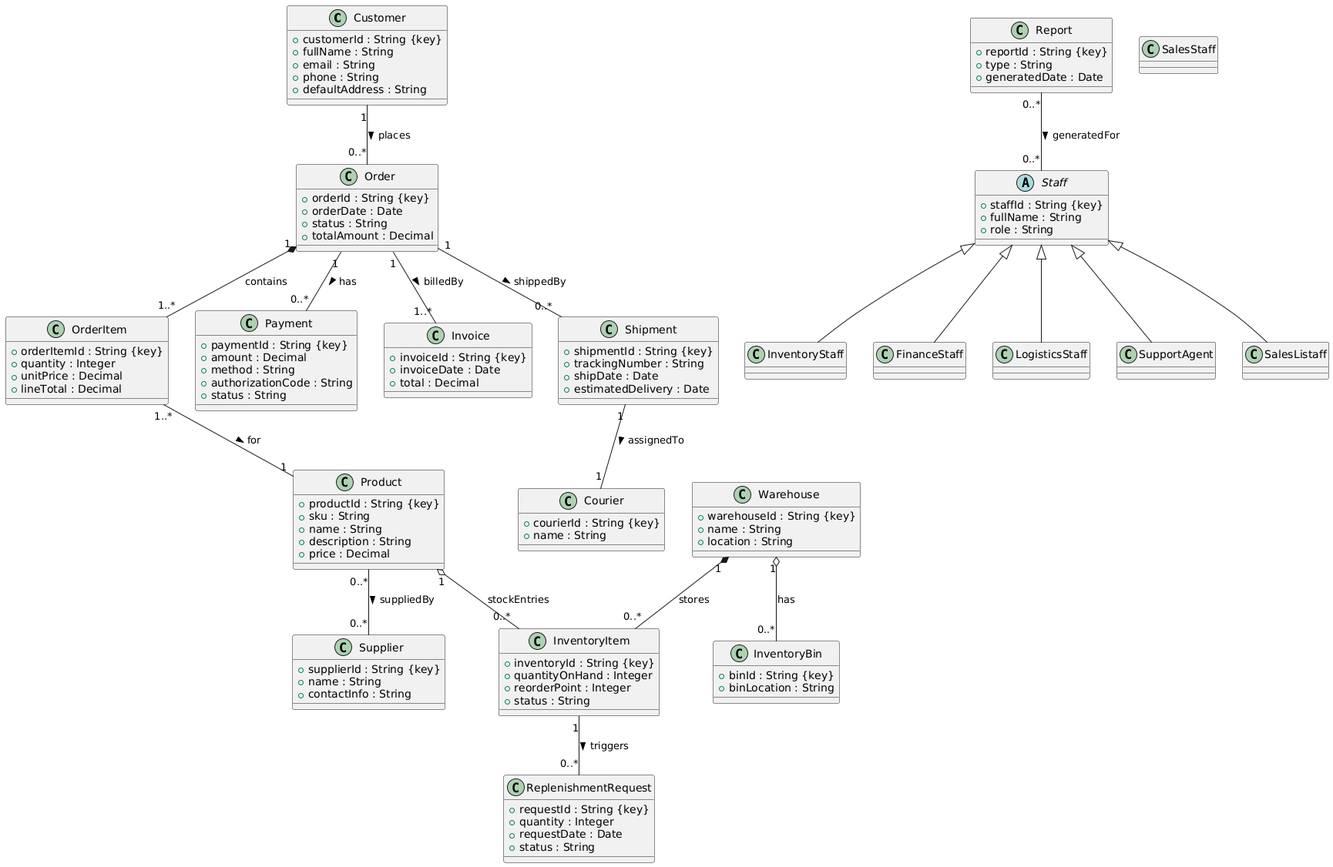
The PlantUML diagram Delivarable 3/domain model class diagram.png in Kiro-create/E-Commerce-Order-Management-System-E-OMS-, before a commit.
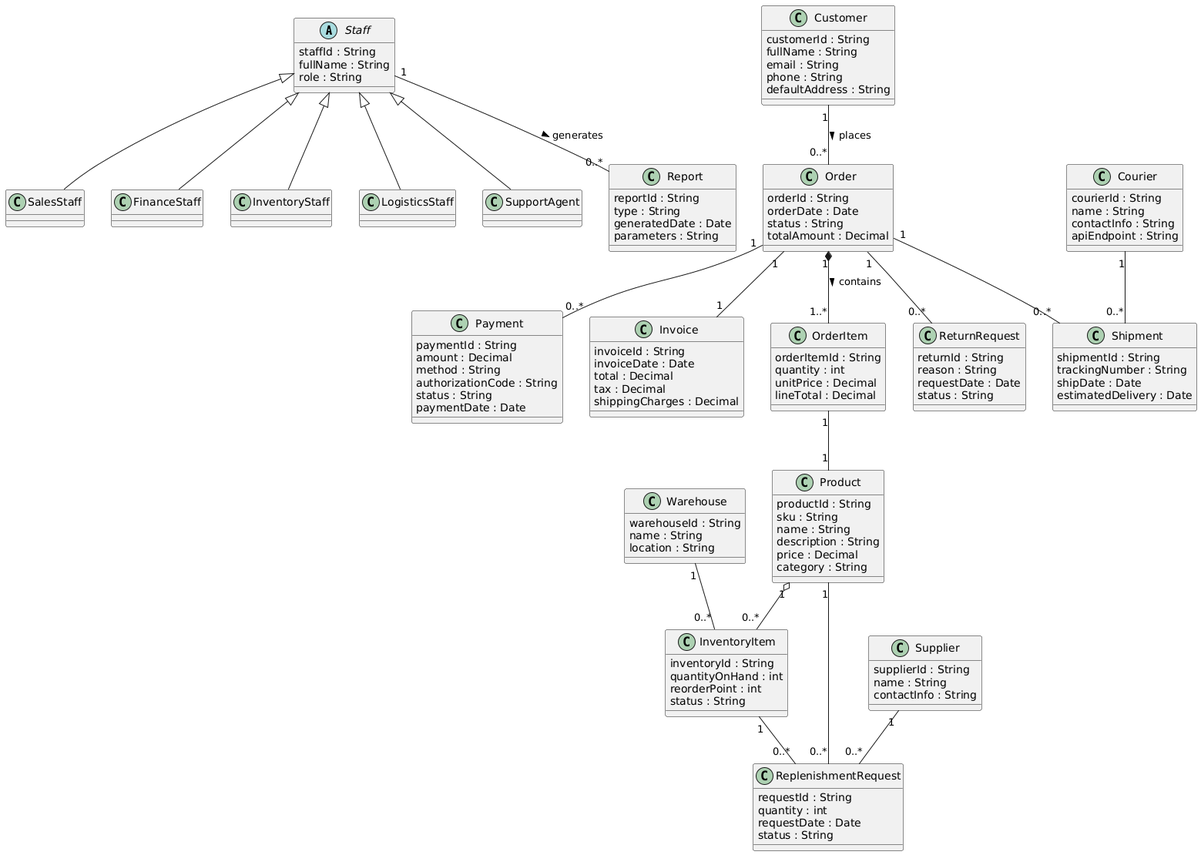
Above is the later version.

Commit message:
Updated domain classes and class diagram

What changed in the source:
```diff
@@ -1,127 +1,156 @@
 @startuml
-class Customer {
-  +customerId : String {key}
-  +fullName : String
-  +email : String
-  +phone : String
-  +defaultAddress : String
+skinparam classAttributeIconSize 0
+
+abstract class Staff {
+    staffId : String
+    fullName : String
+    role : String
 }
 
+class SalesStaff
+class FinanceStaff
+class InventoryStaff
+class LogisticsStaff
+class SupportAgent
+
+Staff <|-- SalesStaff
+Staff <|-- FinanceStaff
+Staff <|-- InventoryStaff
+Staff <|-- LogisticsStaff
+Staff <|-- SupportAgent
+
+
+class Customer {
+    customerId : String
+    fullName : String
+    email : String
+    phone : String
+    defaultAddress : String
+}
+
+Customer "1" -- "0..*" Order : places >
+
+
 class Order {
-  +orderId : String {key}
-  +orderDate : Date
-  +status : String
-  +totalAmount : Decimal
+    orderId : String
+    orderDate : Date
+    status : String
+    totalAmount : Decimal
 }
 
 class OrderItem {
-  +orderItemId : String {key}
-  +quantity : Integer
-  +unitPrice : Decimal
-  +lineTotal : Decimal
+    orderItemId : String
+    quantity : int
+    unitPrice : Decimal
+    lineTotal : Decimal
 }
 
+Order "1" *-- "1..*" OrderItem : contains >
+OrderItem "1" -- "1" Product
+
+
 class Product {
-  +productId : String {key}
-  +sku : String
-  +name : String
-  +description : String
-  +price : Decimal
+    productId : String
+    sku : String
+    name : String
+    description : String
+    price : Decimal
+    category : String
 }
 
+
 class InventoryItem {
-  +inventoryId : String {key}
-  +quantityOnHand : Integer
-  +reorderPoint : Integer
-  +status : String
+    inventoryId : String
+    quantityOnHand : int
+    reorderPoint : int
+    status : String
 }
 
 class Warehouse {
-  +warehouseId : String {key}
-  +name : String
-  +location : String
+    warehouseId : String
+    name : String
+    location : String
 }
 
+Warehouse "1" -- "0..*" InventoryItem
+Product "1" o-- "0..*" InventoryItem
+
+
 class Supplier {
-  +supplierId : String {key}
-  +name : String
-  +contactInfo : String
+    supplierId : String
+    name : String
+    contactInfo : String
 }
 
 class ReplenishmentRequest {
-  +requestId : String {key}
-  +quantity : Integer
-  +requestDate : Date
-  +status : String
+    requestId : String
+    quantity : int
+    requestDate : Date
+    status : String
 }
 
+InventoryItem "1" -- "0..*" ReplenishmentRequest
+Supplier "1" -- "0..*" ReplenishmentRequest
+Product "1" -- "0..*" ReplenishmentRequest
+
+
 class Payment {
-  +paymentId : String {key}
-  +amount : Decimal
-  +method : String
-  +authorizationCode : String
-  +status : String
+    paymentId : String
+    amount : Decimal
+    method : String
+    authorizationCode : String
+    status : String
+    paymentDate : Date
 }
 
+Order "1" -- "0..*" Payment
+
+
 class Invoice {
-  +invoiceId : String {key}
-  +invoiceDate : Date
-  +total : Decimal
+    invoiceId : String
+    invoiceDate : Date
+    total : Decimal
+    tax : Decimal
+    shippingCharges : Decimal
 }
 
+Order "1" -- "1" Invoice
+
+
 class Shipment {
-  +shipmentId : String {key}
-  +trackingNumber : String
-  +shipDate : Date
-  +estimatedDelivery : Date
+    shipmentId : String
+    trackingNumber : String
+    shipDate : Date
+    estimatedDelivery : Date
 }
 
 class Courier {
-  +courierId : String {key}
-  +name : String
+    courierId : String
+    name : String
+    contactInfo : String
+    apiEndpoint : String
 }
 
-class Report {
-  +reportId : String {key}
-  +type : String
-  +generatedDate : Date
+Order "1" -- "0..*" Shipment
+Courier "1" -- "0..*" Shipment
+
+
+class ReturnRequest {
+    returnId : String
+    reason : String
+    requestDate : Date
+    status : String
 }
 
-abstract class Staff {
-  +staffId : String {key}
-  +fullName : String
-  +role : String
-}
-class SalesStaff
-class InventoryStaff
-class FinanceStaff
-class LogisticsStaff
-class SupportAgent
+Order "1" -- "0..*" ReturnRequest
 
-Staff <|-- SalesListaff
-Staff <|-- InventoryStaff
-Staff <|-- FinanceStaff
-Staff <|-- LogisticsStaff
-Staff <|-- SupportAgent
 
-Order "1" *-- "1..*" OrderItem : contains
-Warehouse "1" *-- "0..*" InventoryItem : stores
-
-Product "1" o-- "0..*" InventoryItem : stockEntries
-Warehouse "1" o-- "0..*" InventoryBin : has
-
-class InventoryBin {
-  +binId : String {key}
-  +binLocation : String
+class Report {
+    reportId : String
+    type : String
+    generatedDate : Date
+    parameters : String
 }
 
-Customer "1" -- "0..*" Order : places >
-OrderItem "1..*" -- "1" Product : for >
-Product "0..*" -- "0..*" Supplier : suppliedBy >
-InventoryItem "1" -- "0..*" ReplenishmentRequest : triggers >
-Order "1" -- "0..*" Payment : has >
-Order "1" -- "1..*" Invoice : billedBy >
-Order "1" -- "0..*" Shipment : shippedBy >
-Shipment "1" -- "1" Courier : assignedTo >
-Report "0..*" -- "0..*" Staff : generatedFor >
+Staff "1" -- "0..*" Report : generates >
 @enduml
```
